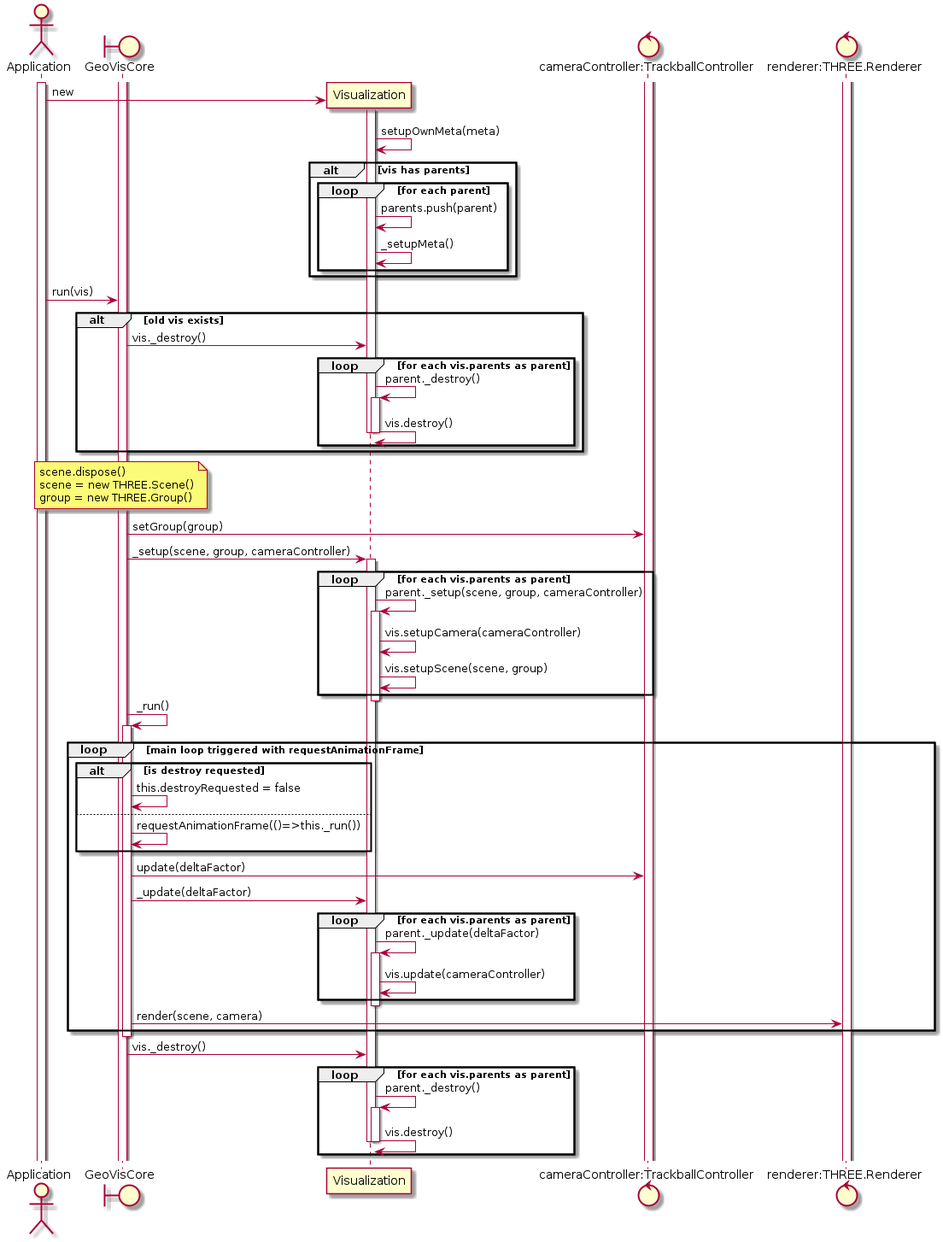
Earlier version of the PlantUML export docs/src/diagrams/out/c3_lifecycle_seq.png (damiankoper/geovis). Its diagram source:
```plantuml
@startuml
actor Application
boundary GeoVisCore
participant Visualization
control "cameraController:TrackballController" as TrackballController
control "renderer:THREE.Renderer" as Renderer
activate Application

create Visualization
Application -> Visualization : new
activate Visualization
Visualization -> Visualization : setupOwnMeta(meta)
alt vis has parents
    loop for each parent
        Visualization -> Visualization : parents.push(parent)
        Visualization -> Visualization : _setupMeta()
    end
end

activate TrackballController
activate GeoVisCore
activate Renderer
Application -> GeoVisCore : run(vis)
alt old vis exists
    GeoVisCore -> Visualization : vis._destroy()
    loop for each vis.parents as parent
        Visualization -> Visualization : parent._destroy()
        activate Visualization

        Visualization -> Visualization : vis.destroy()
        deactivate Visualization
        deactivate Visualization
    end
end

note over GeoVisCore
    scene.dispose()
    scene = new THREE.Scene()
    group = new THREE.Group()
end note

GeoVisCore -> TrackballController : setGroup(group)

GeoVisCore -> Visualization : _setup(scene, group, cameraController)
activate Visualization

loop for each vis.parents as parent
    Visualization -> Visualization : parent._setup(scene, group, cameraController)
    activate Visualization

    Visualization -> Visualization : vis.setupCamera(cameraController)
    Visualization -> Visualization : vis.setupScene(scene, group)
end
deactivate Visualization

activate Visualization
GeoVisCore -> GeoVisCore : _run()
activate GeoVisCore

loop main loop triggered with requestAnimationFrame
    alt is destroy requested
        GeoVisCore -> GeoVisCore : this.destroyRequested = false
    else
        GeoVisCore -> GeoVisCore : requestAnimationFrame(()=>this._run())
    end


GeoVisCore -> TrackballController : update(deltaFactor)
GeoVisCore -> Visualization : _update(deltaFactor)
loop for each vis.parents as parent
    Visualization -> Visualization : parent._update(deltaFactor)
    activate Visualization

    Visualization -> Visualization : vis.update(cameraController)
end
deactivate Visualization
GeoVisCore -> Renderer : render(scene, camera)
end
deactivate GeoVisCore
GeoVisCore -> Visualization : vis._destroy()
loop for each vis.parents as parent
    Visualization -> Visualization : parent._destroy()
    activate Visualization

    Visualization -> Visualization : vis.destroy()
deactivate Visualization
deactivate Visualization
end
@enduml
```
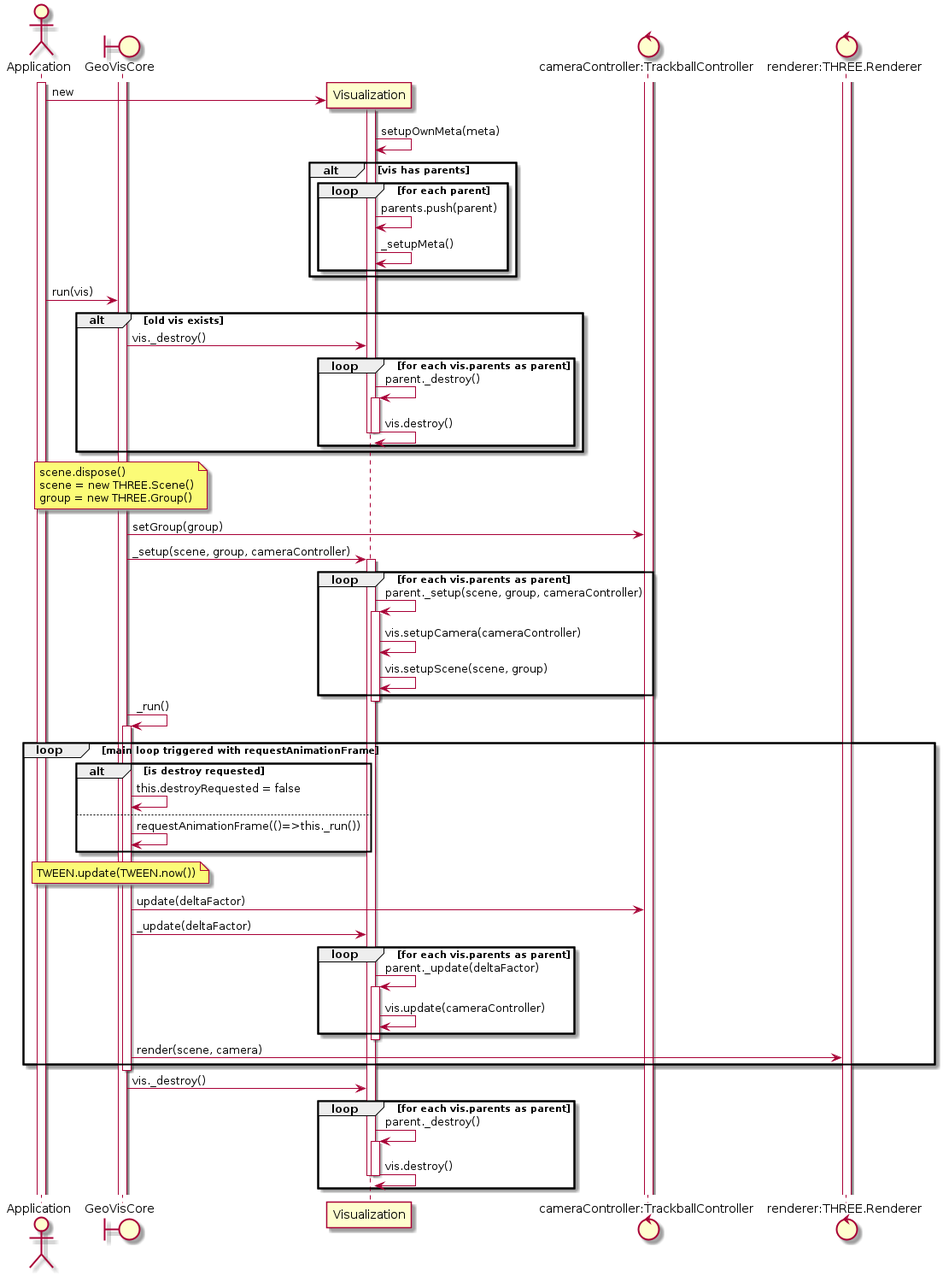
After the commit.

What changed in the source:
```diff
@@ -64,6 +64,9 @@
         GeoVisCore -> GeoVisCore : requestAnimationFrame(()=>this._run())
     end
 
+note over GeoVisCore
+    TWEEN.update(TWEEN.now())
+end note
 
 GeoVisCore -> TrackballController : update(deltaFactor)
 GeoVisCore -> Visualization : _update(deltaFactor)
```
